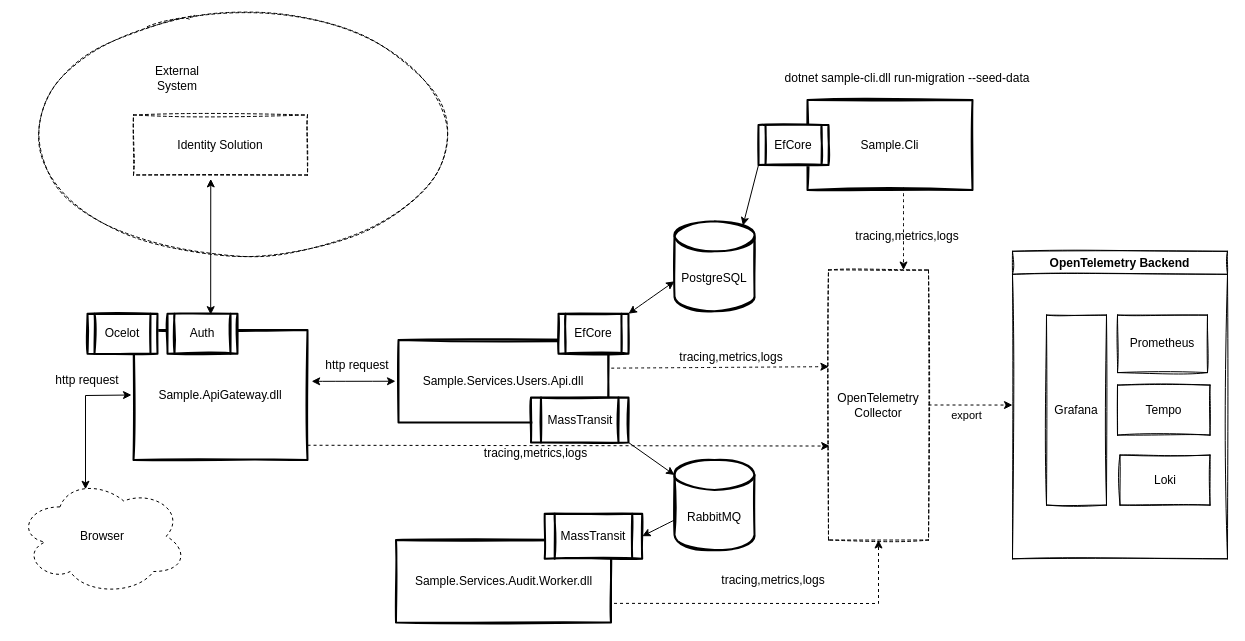
This is page "LogicalView" (2 of 2) of docs/clean-architecture-overview.drawio from zamat/zamat-clean-architecture, a draw.io file, before an edit. Source tidied: cells renumbered, new cells numbered last; positions are measured from the earlier drawing's top-left corner, leaving out a move shared by most shapes. Both pictures are drawn from the tidied source at 100%, with x=0, y=0 at pixel (17, 17).
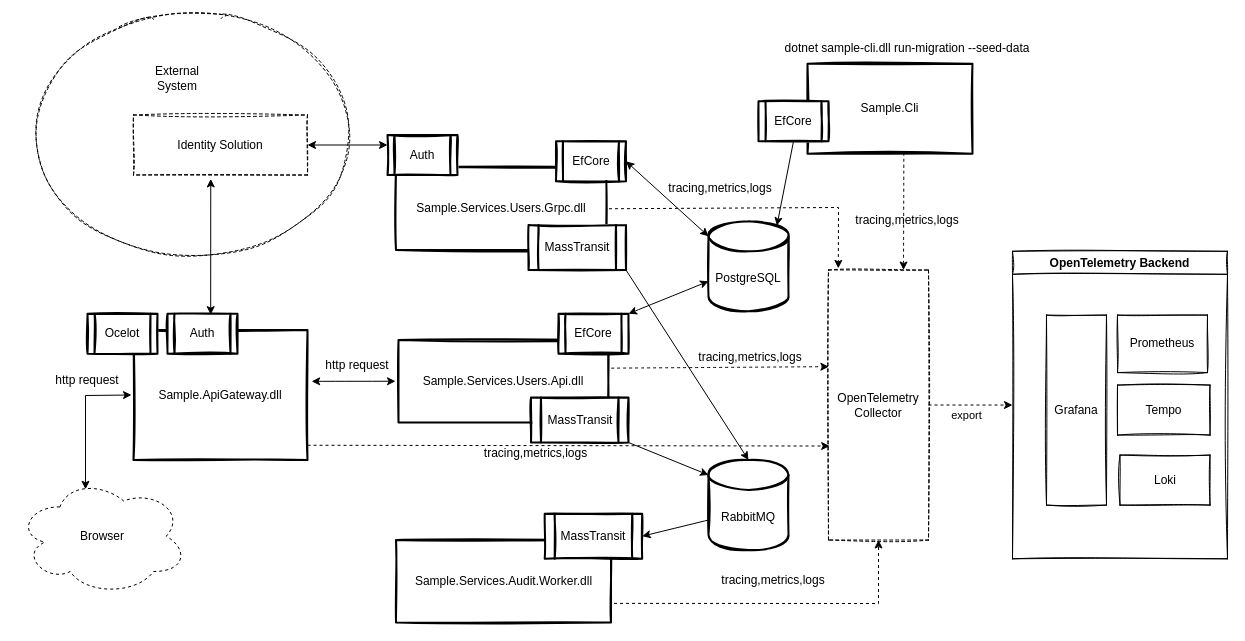
The same page after the edit.

Unchanged cells that the change refers to:
```xml
<mxCell id="9" value="OpenTelemetry Collector" style="rounded=0;whiteSpace=wrap;html=1;sketch=1;dashed=1;" parent="1" vertex="1">
  <mxGeometry x="811" y="252.5" width="100" height="270" as="geometry" />
</mxCell>
<mxCell id="36" value="Identity Solution" style="rounded=0;whiteSpace=wrap;html=1;dashed=1;sketch=1;strokeWidth=1;fillColor=none;" parent="1" vertex="1">
  <mxGeometry x="116" y="97.5" width="174" height="60" as="geometry" />
</mxCell>
```

What changed in the source:
```diff
@@
     <mxCell id="2" style="ellipse;whiteSpace=wrap;html=1;dashed=1;sketch=1;strokeWidth=1;fillColor=none;" parent="1" vertex="1">
-      <mxGeometry x="10" width="430" height="233.8" as="geometry" />
+      <mxGeometry x="10" width="330" height="233.8" as="geometry" />
     </mxCell>
@@
     <mxCell id="6" value="PostgreSQL" style="shape=cylinder3;whiteSpace=wrap;html=1;boundedLbl=1;backgroundOutline=1;size=15;sketch=1;strokeWidth=2;" parent="1" vertex="1">
-      <mxGeometry x="657" y="203.8" width="80" height="90" as="geometry" />
+      <mxGeometry x="691" y="203.8" width="80" height="90" as="geometry" />
     </mxCell>
@@
     <mxCell id="8" value="RabbitMQ" style="shape=cylinder3;whiteSpace=wrap;html=1;boundedLbl=1;backgroundOutline=1;size=15;sketch=1;strokeWidth=2;" parent="1" vertex="1">
-      <mxGeometry x="657" y="442.5" width="80" height="90" as="geometry" />
+      <mxGeometry x="691" y="442.5" width="80" height="90" as="geometry" />
     </mxCell>
@@
     <mxCell id="13" value="Sample.Cli" style="rounded=0;whiteSpace=wrap;html=1;sketch=1;strokeWidth=2;perimeterSpacing=3;" parent="1" vertex="1">
-      <mxGeometry x="790" y="82.5" width="165" height="90" as="geometry" />
+      <mxGeometry x="790" y="46.2" width="165" height="90" as="geometry" />
     </mxCell>
     <mxCell id="14" value="EfCore" style="shape=process;whiteSpace=wrap;html=1;backgroundOutline=1;sketch=1;fillColor=default;strokeWidth=2;" parent="1" vertex="1">
-      <mxGeometry x="741" y="107.5" width="70" height="40" as="geometry" />
+      <mxGeometry x="741" y="83.8" width="70" height="40" as="geometry" />
     </mxCell>
     <mxCell id="15" value="dotnet sample-cli.dll run-migration --seed-data" style="text;html=1;strokeColor=none;fillColor=none;align=center;verticalAlign=middle;whiteSpace=wrap;rounded=0;shadow=0;sketch=1;" parent="1" vertex="1">
-      <mxGeometry x="760" y="50" width="260" height="22.5" as="geometry" />
+      <mxGeometry x="760" y="20" width="260" height="22.5" as="geometry" />
     </mxCell>
@@
-    <mxCell id="17" style="endArrow=classic;html=1;dashed=1;curved=1;entryX=0.75;entryY=0;entryDx=0;entryDy=0;" parent="1" edge="1" target="9">
-      <mxGeometry relative="1" as="geometry">
-        <mxPoint x="886" y="170" as="sourcePoint" />
-      </mxGeometry>
+    <mxCell id="17" style="endArrow=classic;html=1;dashed=1;curved=1;entryX=0.75;entryY=0;entryDx=0;entryDy=0;exitX=0.581;exitY=0.962;exitDx=0;exitDy=0;exitPerimeter=0;" parent="1" edge="1" source="13" target="9">
+      <mxGeometry relative="1" as="geometry" />
     </mxCell>
@@
     <mxCell id="26" value="tracing,metrics,logs" style="text;html=1;strokeColor=none;fillColor=none;align=center;verticalAlign=middle;whiteSpace=wrap;rounded=0;sketch=1;" parent="1" vertex="1">
-      <mxGeometry x="835" y="203.8" width="110" height="30" as="geometry" />
+      <mxGeometry x="835" y="187.5" width="110" height="30" as="geometry" />
     </mxCell>
     <mxCell id="27" value="tracing,metrics,logs" style="text;html=1;strokeColor=none;fillColor=none;align=center;verticalAlign=middle;whiteSpace=wrap;rounded=0;sketch=1;" parent="1" vertex="1">
-      <mxGeometry x="657" y="332.5" width="114" height="15" as="geometry" />
+      <mxGeometry x="676" y="332.5" width="114" height="15" as="geometry" />
     </mxCell>
@@
-    <mxCell id="35" style="endArrow=classic;html=1;rounded=0;exitX=0;exitY=1;exitDx=0;exitDy=0;entryX=0.855;entryY=0;entryDx=0;entryDy=4.35;entryPerimeter=0;" parent="1" edge="1" source="14" target="6">
+    <mxCell id="35" style="endArrow=classic;html=1;rounded=0;exitX=0.5;exitY=1;exitDx=0;exitDy=0;entryX=0.855;entryY=0;entryDx=0;entryDy=4.35;entryPerimeter=0;" parent="1" edge="1" source="14" target="6">
       <mxGeometry relative="1" as="geometry" />
     </mxCell>
@@
+    <mxCell id="44" value="Sample.Services.Users.Grpc.dll" style="rounded=0;whiteSpace=wrap;html=1;sketch=1;strokeWidth=2;perimeterSpacing=3;" parent="1" vertex="1">
+      <mxGeometry x="378.5" y="150" width="210" height="82.5" as="geometry" />
+    </mxCell>
+    <mxCell id="45" value="MassTransit" style="shape=process;whiteSpace=wrap;html=1;backgroundOutline=1;sketch=1;strokeWidth=2;" parent="1" vertex="1">
+      <mxGeometry x="511" y="207.5" width="97.5" height="45" as="geometry" />
+    </mxCell>
+    <mxCell id="46" value="EfCore" style="shape=process;whiteSpace=wrap;html=1;backgroundOutline=1;sketch=1;fillColor=default;strokeWidth=2;" parent="1" vertex="1">
+      <mxGeometry x="538.5" y="123.8" width="70" height="40" as="geometry" />
+    </mxCell>
+    <mxCell id="47" style="endArrow=classic;startArrow=classic;html=1;rounded=0;entryX=0;entryY=0;entryDx=0;entryDy=15;entryPerimeter=0;exitX=1;exitY=0.5;exitDx=0;exitDy=0;" parent="1" edge="1" source="46" target="6">
+      <mxGeometry relative="1" as="geometry" />
+    </mxCell>
+    <mxCell id="48" style="endArrow=classic;html=1;exitX=1;exitY=0.5;exitDx=0;exitDy=0;dashed=1;entryX=0.098;entryY=-0.006;entryDx=0;entryDy=0;rounded=0;entryPerimeter=0;" parent="1" edge="1" source="44" target="9">
+      <mxGeometry relative="1" as="geometry">
+        <Array as="points">
+          <mxPoint x="821" y="190" />
+        </Array>
+      </mxGeometry>
+    </mxCell>
+    <mxCell id="49" value="tracing,metrics,logs" style="text;html=1;strokeColor=none;fillColor=none;align=center;verticalAlign=middle;whiteSpace=wrap;rounded=0;sketch=1;" parent="1" vertex="1">
+      <mxGeometry x="646" y="163.8" width="114" height="15" as="geometry" />
+    </mxCell>
+    <mxCell id="50" style="endArrow=classic;html=1;rounded=0;entryX=0.5;entryY=0;entryDx=0;entryDy=0;entryPerimeter=0;exitX=1;exitY=1;exitDx=0;exitDy=0;" parent="1" edge="1" source="45" target="8">
+      <mxGeometry relative="1" as="geometry" />
+    </mxCell>
+    <mxCell id="51" value="Auth" style="shape=process;whiteSpace=wrap;html=1;backgroundOutline=1;sketch=1;fillColor=default;strokeWidth=2;" parent="1" vertex="1">
+      <mxGeometry x="370" y="117.5" width="70" height="40" as="geometry" />
+    </mxCell>
+    <mxCell id="52" style="endArrow=classic;startArrow=classic;html=1;rounded=0;entryX=1;entryY=0.5;entryDx=0;entryDy=0;exitX=0;exitY=0.25;exitDx=0;exitDy=0;" parent="1" edge="1" source="51" target="36">
+      <mxGeometry relative="1" as="geometry" />
+    </mxCell>
```
